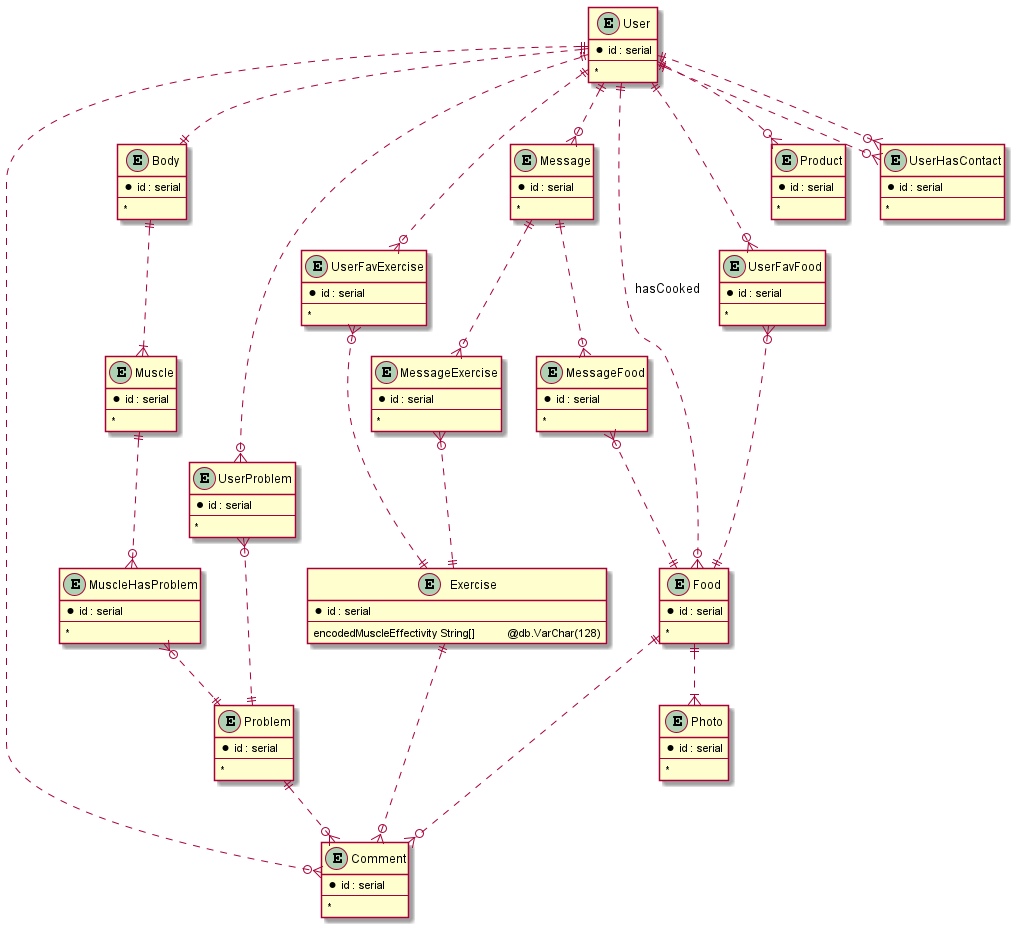
The PlantUML diagram database/database.png in TomasJanecka/RecoveryTom, before a commit.
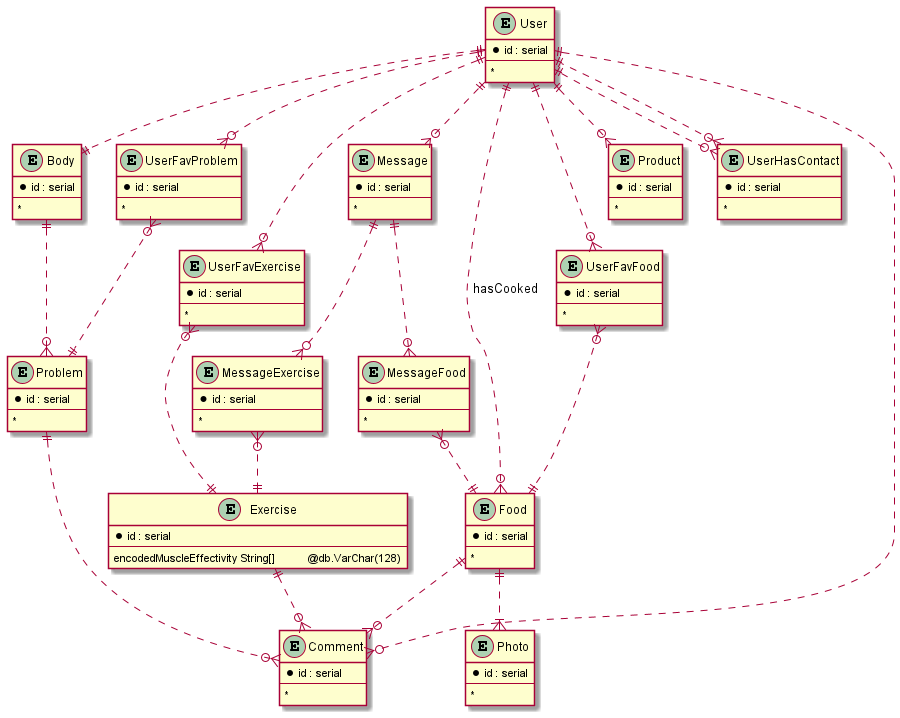
Later version of the same file.

Commit message:
save before database update

The edit, as a diff of the source:
```diff
@@ -12,7 +12,7 @@
     *
 }
 
-entity UserProblem {
+entity UserFavProblem {
     *id : serial
     --
     *
@@ -78,18 +78,6 @@
     *
 }
 
-entity Muscle {
-    *id : serial
-    --
-    *
-}
-
-entity MuscleHasProblem {
-    *id : serial
-    --
-    *
-}
-
 entity UserHasContact {
     *id : serial
     --
@@ -107,8 +95,8 @@
 User ||..o{ UserHasContact
 UserHasContact }o..|| User
 User ||..o{ Food : hasCooked
-User ||..o{ UserProblem
-UserProblem }o..|| Problem
+User ||..o{ UserFavProblem
+UserFavProblem }o..|| Problem
 User ||..o{ UserFavExercise
 UserFavExercise }o..|| Exercise
 User ||..o{ UserFavFood
@@ -116,9 +104,7 @@
 User ||..o{ Message
 User ||..o{ Product
 User ||..|| Body
-Body ||..|{ Muscle
-Muscle ||..o{ MuscleHasProblem
-MuscleHasProblem }o..|| Problem
+Body ||..o{ Problem
 
 Message ||..o{ MessageExercise
 MessageExercise }o..|| Exercise
```
